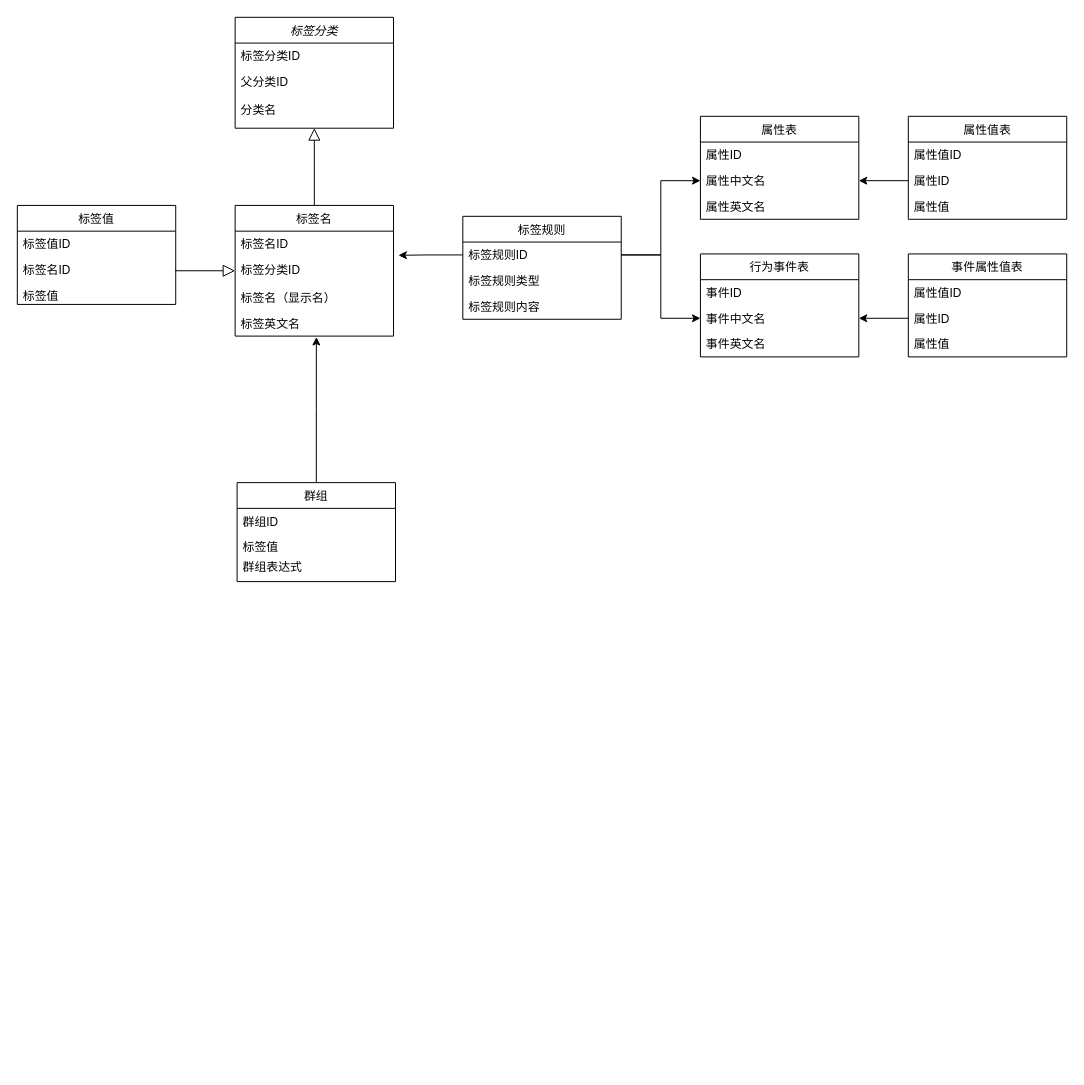
The draw.io diagram Untitled Diagram.drawio in hunanxinhua/Designer, before the edit. Source tidied: cells renumbered, new cells numbered last; positions are measured from the earlier drawing's top-left corner, leaving out a move shared by most shapes. Both pictures are drawn from the tidied source at 99%, with x=0, y=0 at pixel (17, 17).
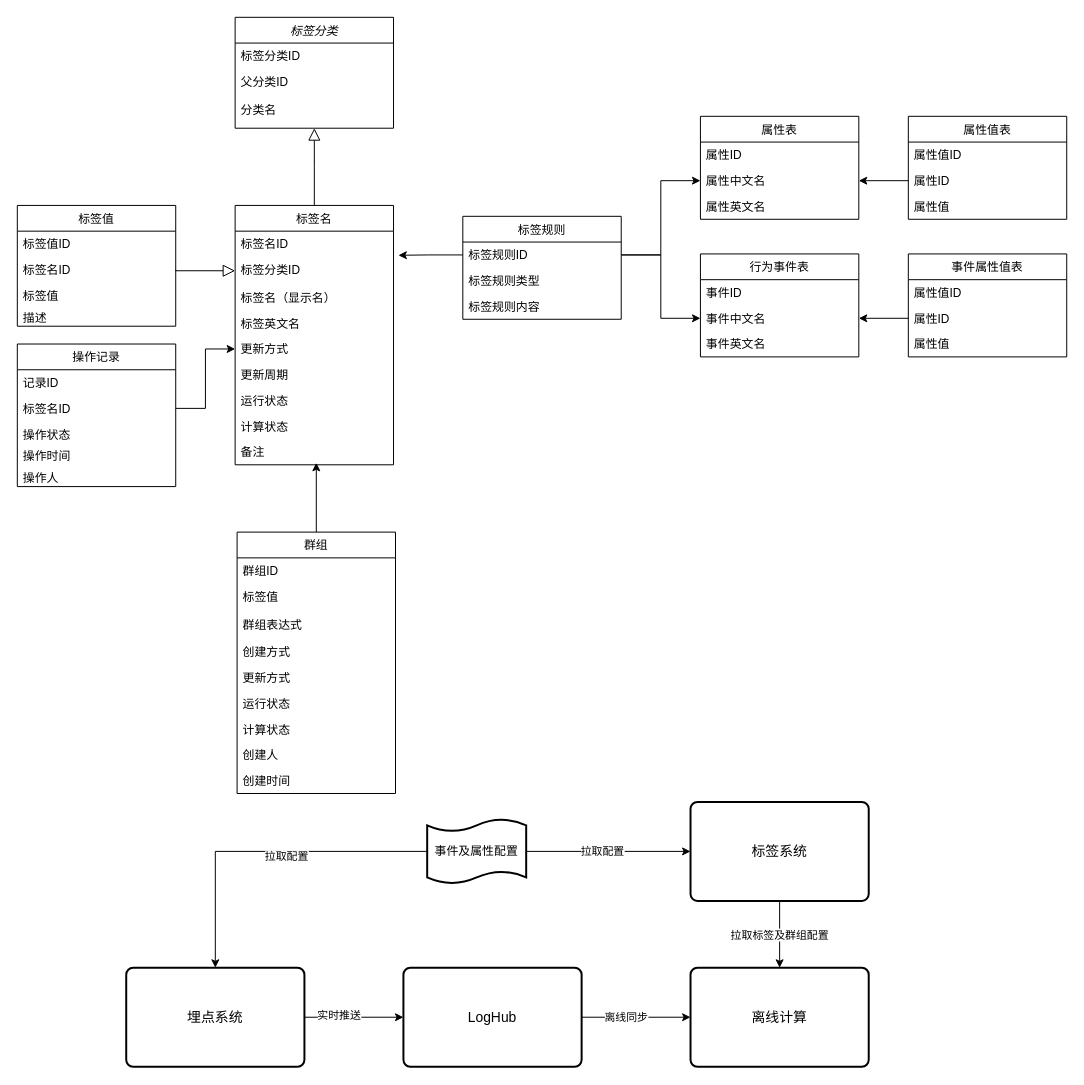
Above is the later version.

Unchanged cells that the change refers to:
```xml
<mxCell id="10" value="标签英文名" style="text;align=left;verticalAlign=top;spacingLeft=4;spacingRight=4;overflow=hidden;points=[[0,0.5],[1,0.5]];portConstraint=eastwest;" parent="6" vertex="1">
  <mxGeometry y="106" width="160" height="26" as="geometry" />
</mxCell>
```

What changed in the source:
```diff
@@
     <mxCell id="6" value="标签名" style="swimlane;fontStyle=0;align=center;verticalAlign=top;horizontal=1;startSize=26;rounded=0;shadow=0;strokeWidth=1;" parent="1" vertex="1">
-      <mxGeometry x="220" y="190" width="160" height="132" as="geometry" />
+      <mxGeometry x="220" y="190" width="160" height="262" as="geometry" />
     </mxCell>
@@
+    <mxCell id="47" value="更新方式" style="text;align=left;verticalAlign=top;spacingLeft=4;spacingRight=4;overflow=hidden;points=[[0,0.5],[1,0.5]];portConstraint=eastwest;" parent="6" vertex="1">
+      <mxGeometry y="132" width="160" height="26" as="geometry" />
+    </mxCell>
+    <mxCell id="48" value="更新周期" style="text;align=left;verticalAlign=top;spacingLeft=4;spacingRight=4;overflow=hidden;" parent="6" vertex="1">
+      <mxGeometry y="158" width="160" height="26" as="geometry" />
+    </mxCell>
+    <mxCell id="49" value="运行状态" style="text;align=left;verticalAlign=top;spacingLeft=4;spacingRight=4;overflow=hidden;" parent="6" vertex="1">
+      <mxGeometry y="184" width="160" height="26" as="geometry" />
+    </mxCell>
+    <mxCell id="50" value="计算状态" style="text;align=left;verticalAlign=top;spacingLeft=4;spacingRight=4;overflow=hidden;" parent="6" vertex="1">
+      <mxGeometry y="210" width="160" height="26" as="geometry" />
+    </mxCell>
+    <mxCell id="51" value="备注" style="text;align=left;verticalAlign=top;spacingLeft=4;spacingRight=4;overflow=hidden;" parent="6" vertex="1">
+      <mxGeometry y="236" width="160" height="26" as="geometry" />
+    </mxCell>
@@
     <mxCell id="12" value="标签值" style="swimlane;fontStyle=0;align=center;verticalAlign=top;horizontal=1;startSize=26;rounded=0;shadow=0;strokeWidth=1;" parent="1" vertex="1">
-      <mxGeometry y="190" width="160" height="100" as="geometry" />
+      <mxGeometry y="190" width="160" height="122" as="geometry" />
     </mxCell>
@@
+    <mxCell id="52" value="描述" style="text;align=left;verticalAlign=top;spacingLeft=4;spacingRight=4;overflow=hidden;" parent="12" vertex="1">
+      <mxGeometry y="100" width="160" height="22" as="geometry" />
+    </mxCell>
@@
-    <mxCell id="40" style="edgeStyle=orthogonalEdgeStyle;rounded=0;jettySize=auto;html=1;exitX=0.5;exitY=0;exitDx=0;exitDy=0;entryX=0.513;entryY=1.038;entryDx=0;entryDy=0;entryPerimeter=0;" parent="1" edge="1" source="41" target="10">
-      <mxGeometry relative="1" as="geometry" />
+    <mxCell id="40" style="edgeStyle=orthogonalEdgeStyle;rounded=0;jettySize=auto;html=1;exitX=0.5;exitY=0;exitDx=0;exitDy=0;" parent="1" edge="1" source="41">
+      <mxGeometry relative="1" as="geometry">
+        <mxPoint x="302" y="450" as="targetPoint" />
+      </mxGeometry>
     </mxCell>
     <mxCell id="41" value="群组" style="swimlane;fontStyle=0;align=center;verticalAlign=top;horizontal=1;startSize=26;rounded=0;shadow=0;strokeWidth=1;" parent="1" vertex="1">
-      <mxGeometry x="222" y="470" width="160" height="100" as="geometry" />
+      <mxGeometry x="222" y="520" width="160" height="264" as="geometry" />
     </mxCell>
@@
     <mxCell id="43" value="标签值" style="text;align=left;verticalAlign=top;spacingLeft=4;spacingRight=4;overflow=hidden;" parent="41" vertex="1">
-      <mxGeometry y="52" width="160" height="20" as="geometry" />
+      <mxGeometry y="52" width="160" height="28" as="geometry" />
     </mxCell>
     <mxCell id="44" value="群组表达式" style="text;align=left;verticalAlign=top;spacingLeft=4;spacingRight=4;overflow=hidden;" parent="41" vertex="1">
-      <mxGeometry y="72" width="160" height="26" as="geometry" />
+      <mxGeometry y="80" width="160" height="28" as="geometry" />
     </mxCell>
+    <mxCell id="53" value="创建方式" style="text;align=left;verticalAlign=top;spacingLeft=4;spacingRight=4;overflow=hidden;" parent="41" vertex="1">
+      <mxGeometry y="108" width="160" height="26" as="geometry" />
+    </mxCell>
+    <mxCell id="54" value="更新方式" style="text;align=left;verticalAlign=top;spacingLeft=4;spacingRight=4;overflow=hidden;" parent="41" vertex="1">
+      <mxGeometry y="134" width="160" height="26" as="geometry" />
+    </mxCell>
+    <mxCell id="55" value="运行状态" style="text;align=left;verticalAlign=top;spacingLeft=4;spacingRight=4;overflow=hidden;" parent="41" vertex="1">
+      <mxGeometry y="160" width="160" height="26" as="geometry" />
+    </mxCell>
+    <mxCell id="56" value="计算状态" style="text;align=left;verticalAlign=top;spacingLeft=4;spacingRight=4;overflow=hidden;" parent="41" vertex="1">
+      <mxGeometry y="186" width="160" height="26" as="geometry" />
+    </mxCell>
+    <mxCell id="57" value="创建人" style="text;align=left;verticalAlign=top;spacingLeft=4;spacingRight=4;overflow=hidden;" parent="41" vertex="1">
+      <mxGeometry y="212" width="160" height="26" as="geometry" />
+    </mxCell>
+    <mxCell id="58" value="创建时间" style="text;align=left;verticalAlign=top;spacingLeft=4;spacingRight=4;overflow=hidden;" parent="41" vertex="1">
+      <mxGeometry y="238" width="160" height="26" as="geometry" />
+    </mxCell>
@@
+    <mxCell id="59" value="操作记录" style="swimlane;fontStyle=0;align=center;verticalAlign=top;horizontal=1;startSize=26;rounded=0;shadow=0;strokeWidth=1;" parent="1" vertex="1">
+      <mxGeometry y="330" width="160" height="144" as="geometry" />
+    </mxCell>
+    <mxCell id="60" value="记录ID" style="text;align=left;verticalAlign=top;spacingLeft=4;spacingRight=4;overflow=hidden;" parent="59" vertex="1">
+      <mxGeometry y="26" width="160" height="26" as="geometry" />
+    </mxCell>
+    <mxCell id="61" value="标签名ID" style="text;align=left;verticalAlign=top;spacingLeft=4;spacingRight=4;overflow=hidden;points=[[0,0.5],[1,0.5]];portConstraint=eastwest;" parent="59" vertex="1">
+      <mxGeometry y="52" width="160" height="26" as="geometry" />
+    </mxCell>
+    <mxCell id="62" value="操作状态" style="text;align=left;verticalAlign=top;spacingLeft=4;spacingRight=4;overflow=hidden;" parent="59" vertex="1">
+      <mxGeometry y="78" width="160" height="22" as="geometry" />
+    </mxCell>
+    <mxCell id="63" value="操作时间" style="text;align=left;verticalAlign=top;spacingLeft=4;spacingRight=4;overflow=hidden;" parent="59" vertex="1">
+      <mxGeometry y="100" width="160" height="22" as="geometry" />
+    </mxCell>
+    <mxCell id="64" value="操作人" style="text;align=left;verticalAlign=top;spacingLeft=4;spacingRight=4;overflow=hidden;" parent="59" vertex="1">
+      <mxGeometry y="122" width="160" height="22" as="geometry" />
+    </mxCell>
+    <mxCell id="65" style="edgeStyle=orthogonalEdgeStyle;rounded=0;jettySize=auto;html=1;exitX=1;exitY=0.5;exitDx=0;exitDy=0;entryX=0;entryY=0.5;entryDx=0;entryDy=0;" parent="1" edge="1" source="61" target="47">
+      <mxGeometry relative="1" as="geometry" />
+    </mxCell>
+    <mxCell id="66" style="edgeStyle=orthogonalEdgeStyle;rounded=0;jettySize=auto;html=1;exitX=1;exitY=0.5;exitDx=0;exitDy=0;entryX=0;entryY=0.5;entryDx=0;entryDy=0;" parent="1" edge="1" source="68" target="76">
+      <mxGeometry relative="1" as="geometry" />
+    </mxCell>
+    <mxCell id="67" value="实时推送" style="edgeLabel;html=1;align=center;verticalAlign=middle;" parent="66" vertex="1">
+      <mxGeometry x="-0.32" y="3" relative="1" as="geometry" />
+    </mxCell>
+    <mxCell id="68" value="&lt;font style=&quot;font-size: 14px&quot;&gt;埋点系统&lt;/font&gt;" style="rounded=1;whiteSpace=wrap;html=1;absoluteArcSize=1;arcSize=14;strokeWidth=2;align=center;" parent="1" vertex="1">
+      <mxGeometry x="110" y="960" width="180" height="100" as="geometry" />
+    </mxCell>
+    <mxCell id="69" style="edgeStyle=orthogonalEdgeStyle;rounded=0;jettySize=auto;html=1;exitX=0;exitY=0.5;exitDx=0;exitDy=0;exitPerimeter=0;entryX=0.5;entryY=0;entryDx=0;entryDy=0;" parent="1" edge="1" source="73" target="68">
+      <mxGeometry relative="1" as="geometry" />
+    </mxCell>
+    <mxCell id="70" value="拉取配置" style="edgeLabel;html=1;align=center;verticalAlign=middle;" parent="69" vertex="1">
+      <mxGeometry x="-0.14" y="5" relative="1" as="geometry" />
+    </mxCell>
+    <mxCell id="71" style="edgeStyle=orthogonalEdgeStyle;rounded=0;jettySize=auto;html=1;exitX=1;exitY=0.5;exitDx=0;exitDy=0;exitPerimeter=0;entryX=0;entryY=0.5;entryDx=0;entryDy=0;" parent="1" edge="1" source="73" target="79">
+      <mxGeometry relative="1" as="geometry" />
+    </mxCell>
+    <mxCell id="72" value="拉取配置" style="edgeLabel;html=1;align=center;verticalAlign=middle;" parent="71" vertex="1">
+      <mxGeometry x="-0.08" y="1" relative="1" as="geometry">
+        <mxPoint y="1" as="offset" />
+      </mxGeometry>
+    </mxCell>
+    <mxCell id="73" value="事件及属性配置" style="shape=tape;whiteSpace=wrap;html=1;strokeWidth=2;size=0.19;" parent="1" vertex="1">
+      <mxGeometry x="414" y="810" width="100" height="65" as="geometry" />
+    </mxCell>
+    <mxCell id="74" style="edgeStyle=orthogonalEdgeStyle;rounded=0;jettySize=auto;html=1;exitX=1;exitY=0.5;exitDx=0;exitDy=0;entryX=0;entryY=0.5;entryDx=0;entryDy=0;" parent="1" edge="1" source="76" target="77">
+      <mxGeometry relative="1" as="geometry" />
+    </mxCell>
+    <mxCell id="75" value="离线同步" style="edgeLabel;html=1;align=center;verticalAlign=middle;" parent="74" vertex="1">
+      <mxGeometry x="-0.2" y="1" relative="1" as="geometry" />
+    </mxCell>
+    <mxCell id="76" value="&lt;font style=&quot;font-size: 14px&quot;&gt;LogHub&lt;/font&gt;" style="rounded=1;whiteSpace=wrap;html=1;absoluteArcSize=1;arcSize=14;strokeWidth=2;align=center;" parent="1" vertex="1">
+      <mxGeometry x="390" y="960" width="180" height="100" as="geometry" />
+    </mxCell>
+    <mxCell id="77" value="&lt;font style=&quot;font-size: 14px&quot;&gt;离线计算&lt;/font&gt;" style="rounded=1;whiteSpace=wrap;html=1;absoluteArcSize=1;arcSize=14;strokeWidth=2;align=center;" parent="1" vertex="1">
+      <mxGeometry x="680" y="960" width="180" height="100" as="geometry" />
+    </mxCell>
+    <mxCell id="78" value="拉取标签及群组配置" style="edgeStyle=orthogonalEdgeStyle;rounded=0;jettySize=auto;html=1;exitX=0.5;exitY=1;exitDx=0;exitDy=0;entryX=0.5;entryY=0;entryDx=0;entryDy=0;" parent="1" edge="1" source="79" target="77">
+      <mxGeometry relative="1" as="geometry" />
+    </mxCell>
+    <mxCell id="79" value="&lt;font style=&quot;font-size: 14px&quot;&gt;标签系统&lt;/font&gt;" style="rounded=1;whiteSpace=wrap;html=1;absoluteArcSize=1;arcSize=14;strokeWidth=2;align=center;" parent="1" vertex="1">
+      <mxGeometry x="680" y="792.5" width="180" height="100" as="geometry" />
+    </mxCell>
```
